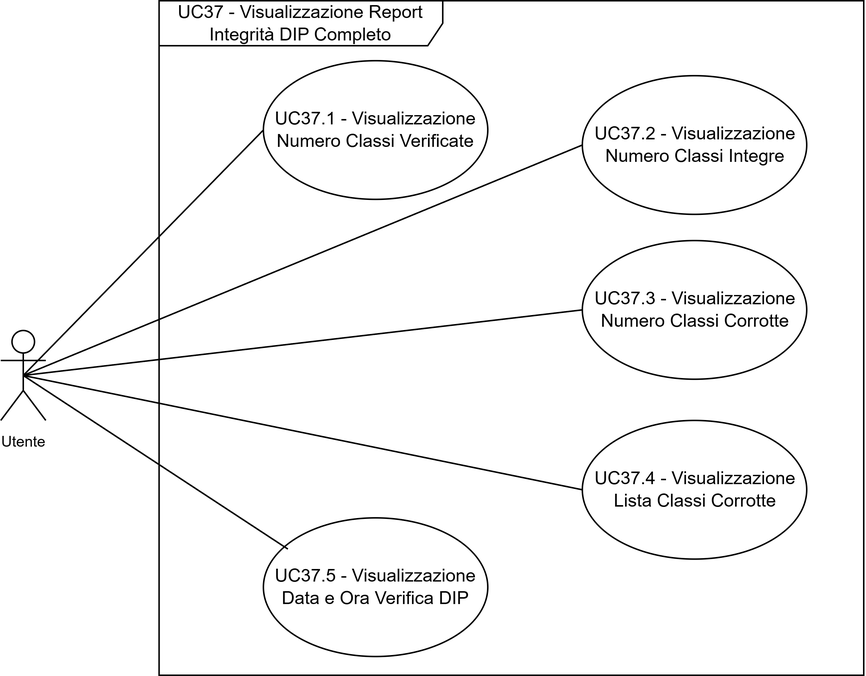
The draw.io diagram assets/uml/IncUC37.png in 7-ZPUs/Docs, before a commit. Source tidied: cells renumbered, new cells last; positions are measured from the earlier drawing's top-left corner, leaving out a move shared by most shapes.
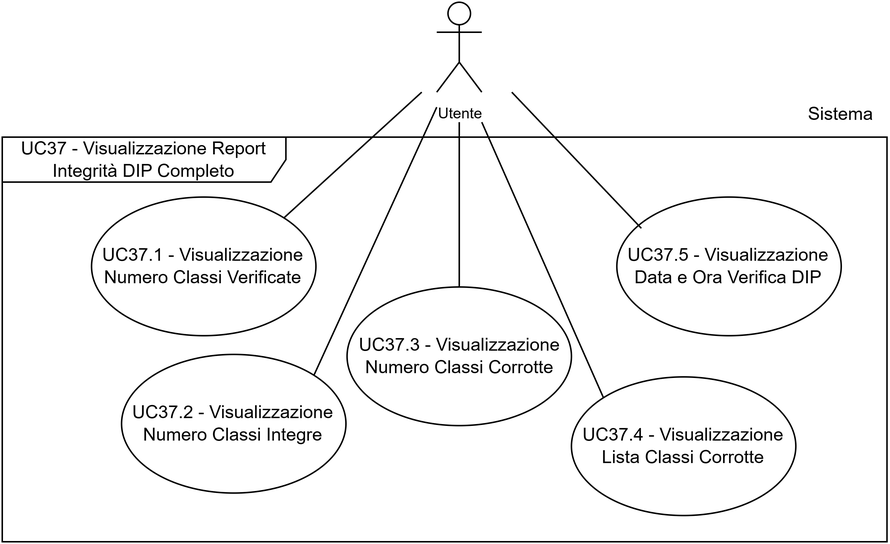
After the commit.

The edit, as a diff of the source:
```diff
@@ -3,40 +3,53 @@
     <mxCell id="0" />
     <mxCell id="1" parent="0" />
     <mxCell id="2" value="UC37.1 - Visualizzazione Numero Classi Verificate" style="ellipse;whiteSpace=wrap;html=1;" parent="1" vertex="1">
-      <mxGeometry x="175" y="40" width="149.5" height="92.5" as="geometry" />
+      <mxGeometry x="754.5" y="210" width="149.5" height="92.5" as="geometry" />
     </mxCell>
-    <mxCell id="3" style="rounded=0;jettySize=auto;html=1;entryX=0;entryY=0.5;entryDx=0;entryDy=0;strokeColor=default;endArrow=none;endFill=0;exitX=0.5;exitY=0.5;exitDx=0;exitDy=0;exitPerimeter=0;" parent="1" edge="1" source="4" target="2">
-      <mxGeometry relative="1" as="geometry" />
+    <mxCell id="3" style="rounded=0;jettySize=auto;html=1;entryX=1;entryY=0;entryDx=0;entryDy=0;strokeColor=default;endArrow=none;endFill=0;" parent="1" edge="1" target="2">
+      <mxGeometry relative="1" as="geometry">
+        <mxPoint x="974.5" y="140" as="sourcePoint" />
+      </mxGeometry>
     </mxCell>
     <mxCell id="4" value="&lt;font style=&quot;font-size: 10px;&quot;&gt;Utente&lt;/font&gt;" style="shape=umlActor;verticalLabelPosition=bottom;verticalAlign=top;html=1;outlineConnect=0;" parent="1" vertex="1">
-      <mxGeometry y="220" width="30" height="60" as="geometry" />
+      <mxGeometry x="984.5" y="80" width="30" height="60" as="geometry" />
     </mxCell>
     <mxCell id="5" value="&lt;span&gt;UC37 - Visualizzazione Report Integrità DIP Completo&lt;/span&gt;" style="shape=umlFrame;whiteSpace=wrap;html=1;width=189;height=30;" parent="1" vertex="1">
-      <mxGeometry x="105.5" width="469.5" height="450" as="geometry" />
+      <mxGeometry x="695" y="170" width="589.5" height="270" as="geometry" />
     </mxCell>
     <mxCell id="6" value=" UC37.2 - Visualizzazione Numero Classi Integre" style="ellipse;whiteSpace=wrap;html=1;" parent="1" vertex="1">
-      <mxGeometry x="387.5" y="50" width="149.5" height="92.5" as="geometry" />
+      <mxGeometry x="774.5" y="315" width="149.5" height="92.5" as="geometry" />
     </mxCell>
-    <mxCell id="7" style="rounded=0;jettySize=auto;html=1;entryX=0;entryY=0.5;entryDx=0;entryDy=0;strokeColor=default;endArrow=none;endFill=0;exitX=0.5;exitY=0.5;exitDx=0;exitDy=0;exitPerimeter=0;" parent="1" edge="1" source="4" target="6">
-      <mxGeometry relative="1" as="geometry" />
+    <mxCell id="7" style="rounded=0;jettySize=auto;html=1;entryX=1;entryY=0;entryDx=0;entryDy=0;strokeColor=default;endArrow=none;endFill=0;" parent="1" edge="1" target="6">
+      <mxGeometry relative="1" as="geometry">
+        <mxPoint x="984.5" y="150" as="sourcePoint" />
+      </mxGeometry>
     </mxCell>
     <mxCell id="8" value="UC37.3 - Visualizzazione Numero Classi Corrotte" style="ellipse;whiteSpace=wrap;html=1;" parent="1" vertex="1">
-      <mxGeometry x="387.5" y="160" width="149.5" height="92.5" as="geometry" />
+      <mxGeometry x="924.8" y="270" width="149.5" height="92.5" as="geometry" />
     </mxCell>
-    <mxCell id="9" style="rounded=0;jettySize=auto;html=1;entryX=0;entryY=0.5;entryDx=0;entryDy=0;strokeColor=default;endArrow=none;endFill=0;exitX=0.5;exitY=0.5;exitDx=0;exitDy=0;exitPerimeter=0;" parent="1" edge="1" source="4" target="8">
-      <mxGeometry relative="1" as="geometry" />
+    <mxCell id="9" style="rounded=0;jettySize=auto;html=1;entryX=0.5;entryY=0;entryDx=0;entryDy=0;strokeColor=default;endArrow=none;endFill=0;" parent="1" edge="1" target="8">
+      <mxGeometry relative="1" as="geometry">
+        <mxPoint x="999.5" y="160" as="sourcePoint" />
+      </mxGeometry>
     </mxCell>
-    <mxCell id="10" value="UC37.4 - Visualizzazione Lista Classi Corrotte" style="ellipse;whiteSpace=wrap;html=1;" parent="1" vertex="1">
-      <mxGeometry x="387.5" y="280" width="149.5" height="92.5" as="geometry" />
+    <mxCell id="10" value="&lt;font style=&quot;font-size: 12px;&quot;&gt;Sistema&lt;/font&gt;" style="text;html=1;whiteSpace=wrap;strokeColor=none;fillColor=none;align=center;verticalAlign=middle;rounded=0;fontSize=10;" parent="1" vertex="1">
+      <mxGeometry x="1223.8" y="140" width="60" height="30" as="geometry" />
     </mxCell>
-    <mxCell id="11" style="rounded=0;jettySize=auto;html=1;strokeColor=default;endArrow=none;endFill=0;entryX=0;entryY=0.5;entryDx=0;entryDy=0;exitX=0.5;exitY=0.5;exitDx=0;exitDy=0;exitPerimeter=0;" parent="1" edge="1" source="4" target="10">
-      <mxGeometry relative="1" as="geometry" />
+    <mxCell id="11" value="UC37.4 - Visualizzazione Lista Classi Corrotte" style="ellipse;whiteSpace=wrap;html=1;" parent="1" vertex="1">
+      <mxGeometry x="1074.2" y="330" width="149.5" height="92.5" as="geometry" />
     </mxCell>
-    <mxCell id="12" value="UC37.5 - Visualizzazione Data e Ora Verifica DIP" style="ellipse;whiteSpace=wrap;html=1;" parent="1" vertex="1">
-      <mxGeometry x="175" y="345" width="149.5" height="92.5" as="geometry" />
+    <mxCell id="12" style="rounded=0;jettySize=auto;html=1;strokeColor=default;endArrow=none;endFill=0;entryX=0;entryY=0;entryDx=0;entryDy=0;" parent="1" edge="1" target="11">
+      <mxGeometry relative="1" as="geometry">
+        <mxPoint x="1014.5" y="160" as="sourcePoint" />
+      </mxGeometry>
     </mxCell>
-    <mxCell id="13" style="rounded=0;jettySize=auto;html=1;entryX=0.109;entryY=0.225;entryDx=0;entryDy=0;strokeColor=default;endArrow=none;endFill=0;entryPerimeter=0;exitX=0.5;exitY=0.5;exitDx=0;exitDy=0;exitPerimeter=0;" parent="1" edge="1" source="4" target="12">
-      <mxGeometry relative="1" as="geometry" />
+    <mxCell id="13" value="UC37.5 - Visualizzazione Data e Ora Verifica DIP" style="ellipse;whiteSpace=wrap;html=1;" parent="1" vertex="1">
+      <mxGeometry x="1104.5" y="210" width="149.5" height="92.5" as="geometry" />
     </mxCell>
+    <mxCell id="14" style="rounded=0;jettySize=auto;html=1;entryX=0.109;entryY=0.225;entryDx=0;entryDy=0;strokeColor=default;endArrow=none;endFill=0;entryPerimeter=0;" parent="1" edge="1" target="13">
+      <mxGeometry relative="1" as="geometry">
+        <mxPoint x="1034.5" y="140" as="sourcePoint" />
+      </mxGeometry>
+    </mxCell>
   </root>
 </mxGraphModel>
```
